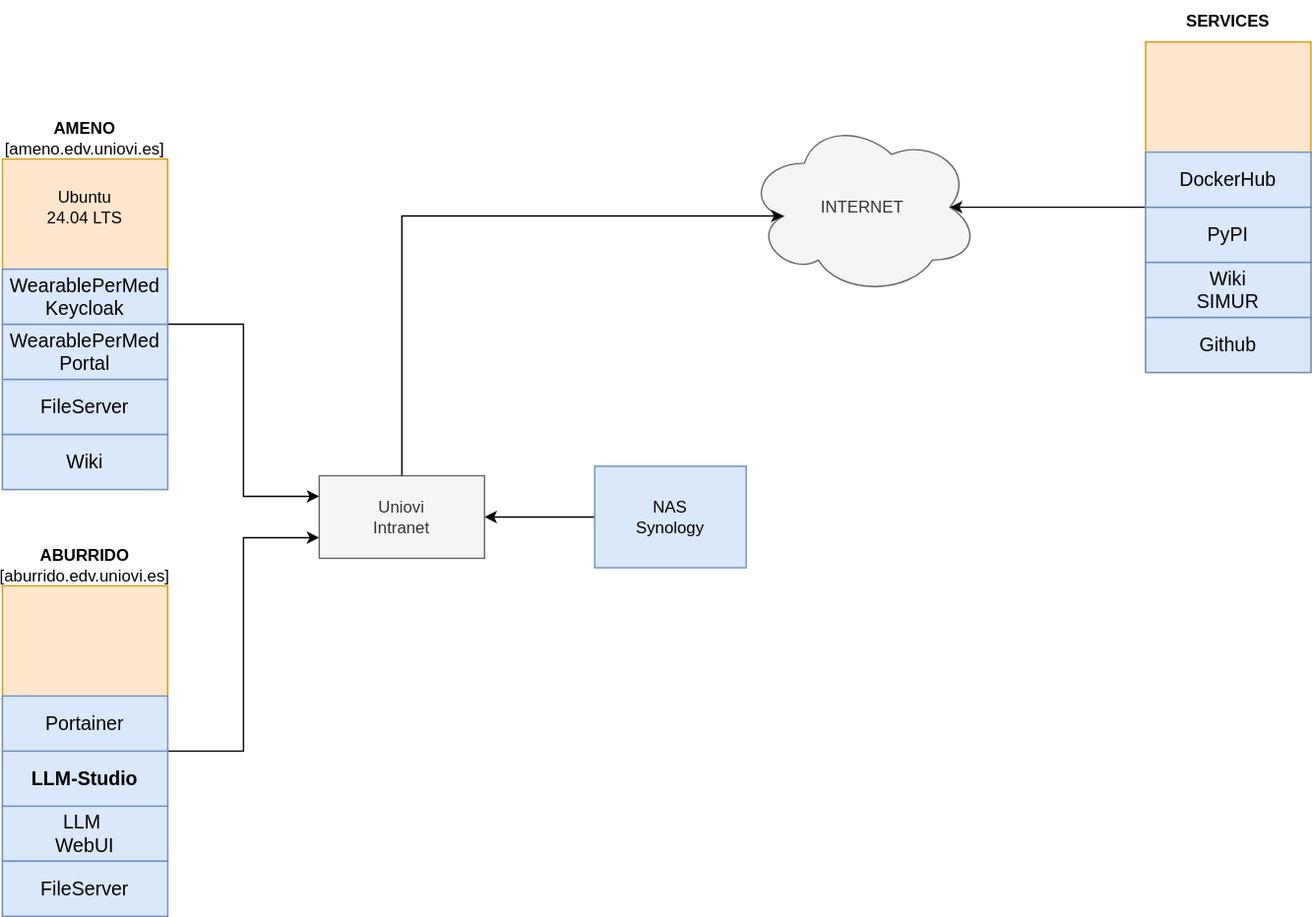
Above: section2/assets/images/software_services.svg in SiMuR-UO/uniovi-simur-wearablepermed-wiki (draw.io), before the change. Source tidied: cells renumbered, new cells last; positions are measured from the earlier drawing's top-left corner, leaving out a move shared by most shapes.
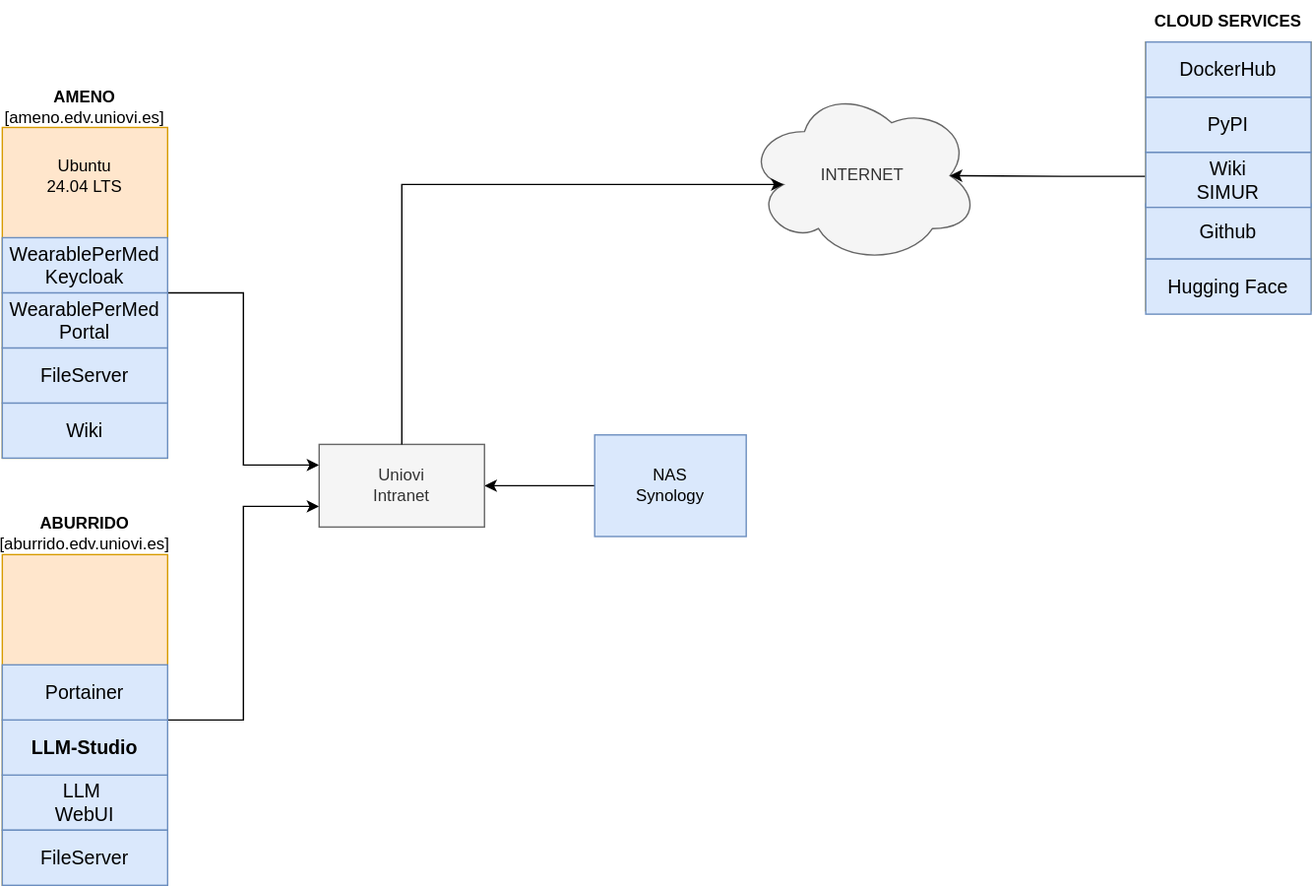
The same file after the commit.

Diff of the diagram source:
```diff
@@ -70,22 +70,25 @@
       <mxGeometry relative="1" as="geometry" />
     </mxCell>
     <mxCell id="23" style="rounded=0;whiteSpace=wrap;html=1;fillColor=#ffe6cc;strokeColor=#d79b00;" parent="1" vertex="1">
-      <mxGeometry x="830" y="30" width="120" height="240" as="geometry" />
+      <mxGeometry x="830" y="53" width="120" height="195" as="geometry" />
     </mxCell>
-    <mxCell id="24" value="&lt;b&gt;SERVICES&lt;/b&gt;" style="text;html=1;whiteSpace=wrap;strokeColor=none;fillColor=none;align=center;verticalAlign=middle;rounded=0;" parent="1" vertex="1">
-      <mxGeometry x="830" width="120" height="30" as="geometry" />
+    <mxCell id="24" value="&lt;b&gt;CLOUD SERVICES&lt;/b&gt;" style="text;html=1;whiteSpace=wrap;strokeColor=none;fillColor=none;align=center;verticalAlign=middle;rounded=0;" parent="1" vertex="1">
+      <mxGeometry x="830" y="23" width="120" height="30" as="geometry" />
     </mxCell>
     <mxCell id="25" value="&lt;span style=&quot;font-size: 14px;&quot;&gt;&lt;a href=&quot;https://github.com/SiMuR-UO&quot;&gt;Github&lt;/a&gt;&lt;/span&gt;" style="rounded=0;whiteSpace=wrap;html=1;fontStyle=0;fillColor=#dae8fc;strokeColor=#6c8ebf;" parent="1" vertex="1">
-      <mxGeometry x="830" y="230" width="120" height="40" as="geometry" />
+      <mxGeometry x="830" y="170.5" width="120" height="40" as="geometry" />
     </mxCell>
     <mxCell id="26" value="&lt;span style=&quot;font-size: 14px;&quot;&gt;&lt;a href=&quot;https://simur-uo.github.io/uniovi-simur-wearablepermed-wiki/&quot;&gt;Wiki&lt;/a&gt;&lt;/span&gt;&lt;div&gt;&lt;span style=&quot;font-size: 14px;&quot;&gt;&lt;a href=&quot;https://simur-uo.github.io/uniovi-simur-wearablepermed-wiki/&quot;&gt;SIMUR&lt;/a&gt;&lt;/span&gt;&lt;/div&gt;" style="rounded=0;whiteSpace=wrap;html=1;fontStyle=0;fillColor=#dae8fc;strokeColor=#6c8ebf;" parent="1" vertex="1">
-      <mxGeometry x="830" y="190" width="120" height="40" as="geometry" />
+      <mxGeometry x="830" y="133" width="120" height="40" as="geometry" />
     </mxCell>
     <mxCell id="27" value="&lt;span style=&quot;font-size: 14px;&quot;&gt;&lt;a href=&quot;https://pypi.org/user/simur/&quot;&gt;PyPI&lt;/a&gt;&lt;/span&gt;" style="rounded=0;whiteSpace=wrap;html=1;fontStyle=0;fillColor=#dae8fc;strokeColor=#6c8ebf;" parent="1" vertex="1">
-      <mxGeometry x="830" y="150" width="120" height="40" as="geometry" />
+      <mxGeometry x="830" y="93" width="120" height="40" as="geometry" />
     </mxCell>
     <mxCell id="28" value="&lt;span style=&quot;font-size: 14px;&quot;&gt;&lt;a href=&quot;https://hub.docker.com/repositories/simuruo&quot;&gt;DockerHub&lt;/a&gt;&lt;/span&gt;" style="rounded=0;whiteSpace=wrap;html=1;fontStyle=0;fillColor=#dae8fc;strokeColor=#6c8ebf;" parent="1" vertex="1">
-      <mxGeometry x="830" y="110" width="120" height="40" as="geometry" />
+      <mxGeometry x="830" y="53" width="120" height="40" as="geometry" />
     </mxCell>
+    <mxCell id="29" value="&lt;span style=&quot;font-size: 14px;&quot;&gt;&lt;a href=&quot;https://huggingface.co/simuruo&quot;&gt;Hugging Face&lt;/a&gt;&lt;/span&gt;" style="rounded=0;whiteSpace=wrap;html=1;fontStyle=0;fillColor=#dae8fc;strokeColor=#6c8ebf;" parent="1" vertex="1">
+      <mxGeometry x="830" y="210.5" width="120" height="40" as="geometry" />
+    </mxCell>
   </root>
 </mxGraphModel>
```
